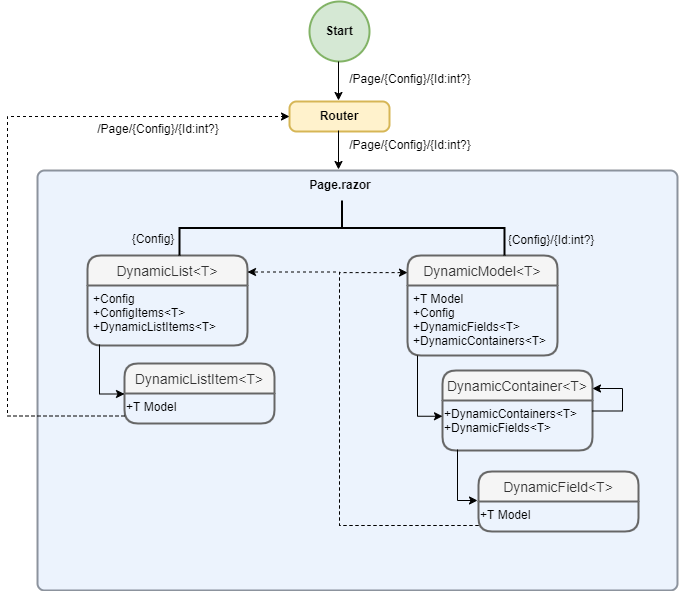
grantcolley/headway keeps this draw.io diagram as readme-images/PageRenderHierarchy.drawio.png. Above is the earlier version. Source tidied: cells renumbered, new cells last; positions are measured from the earlier drawing's top-left corner, leaving out a move shared by most shapes.
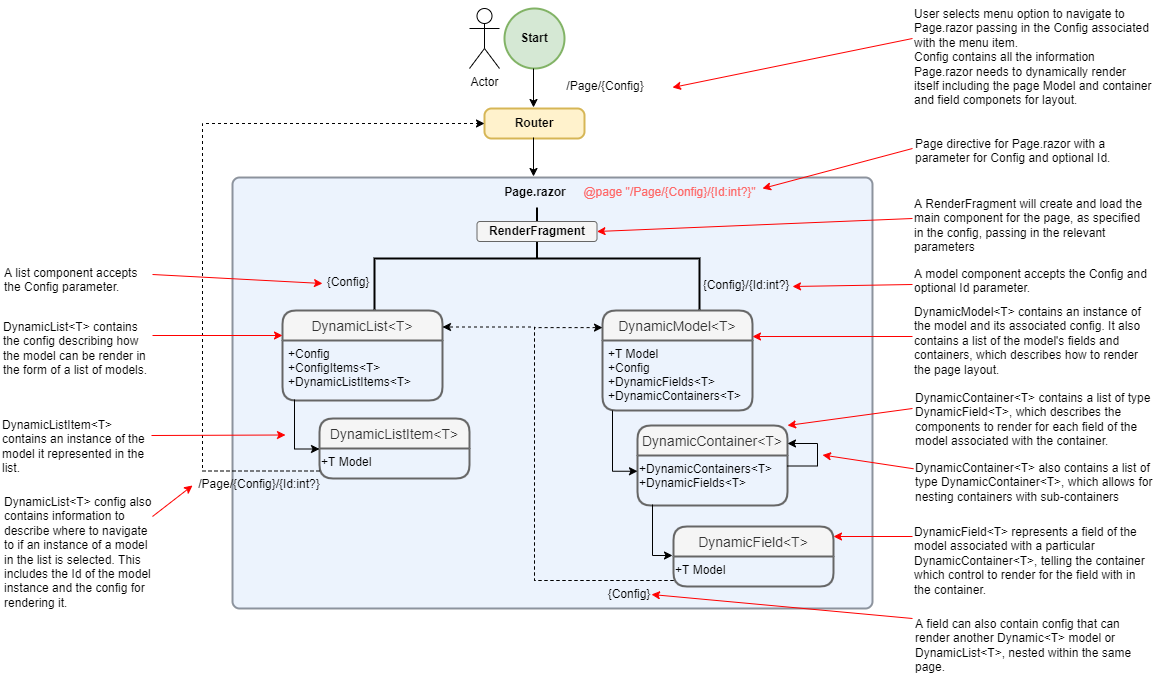
Above is the later version.

Diff of the diagram source:
```diff
@@ -9,28 +9,28 @@
       <mxGeometry x="282" y="100" width="100" height="30" as="geometry" />
     </mxCell>
     <mxCell id="4" style="rounded=1;whiteSpace=wrap;html=1;absoluteArcSize=1;arcSize=14;strokeWidth=2;fillColor=#dae8fc;strokeColor=#232E3D;align=center;opacity=50;" parent="1" vertex="1">
-      <mxGeometry x="30" y="169" width="640" height="420" as="geometry" />
+      <mxGeometry x="30" y="169" width="640" height="431" as="geometry" />
     </mxCell>
     <mxCell id="5" value="DynamicListItem&lt;T&gt;" style="swimlane;horizontal=1;startSize=30;rounded=1;fontSize=14;fontStyle=0;strokeWidth=2;shadow=0;dashed=0;align=center;fillColor=#f5f5f5;fontColor=#333333;strokeColor=#666666;" parent="1" vertex="1">
-      <mxGeometry x="117" y="362" width="150" height="60" as="geometry" />
+      <mxGeometry x="117" y="410" width="150" height="60" as="geometry" />
     </mxCell>
     <mxCell id="6" value="&lt;span&gt;+T Model&lt;/span&gt;" style="text;whiteSpace=wrap;html=1;" parent="5" vertex="1">
       <mxGeometry y="30" width="150" height="30" as="geometry" />
     </mxCell>
     <mxCell id="7" value="DynamicList&lt;T&gt;" style="swimlane;horizontal=1;startSize=30;rounded=1;fontSize=14;fontStyle=0;strokeWidth=2;shadow=0;dashed=0;align=center;fillColor=#f5f5f5;fontColor=#333333;strokeColor=#666666;" parent="1" vertex="1">
-      <mxGeometry x="80" y="254" width="160" height="90" as="geometry" />
+      <mxGeometry x="80" y="302" width="160" height="90" as="geometry" />
     </mxCell>
     <mxCell id="8" value="+Config&#10;+ConfigItems&lt;T&gt;&#10;+DynamicListItems&lt;T&gt;" style="align=left;strokeColor=none;fillColor=none;spacingLeft=4;fontSize=12;verticalAlign=top;" parent="7" vertex="1">
       <mxGeometry y="30" width="160" height="60" as="geometry" />
     </mxCell>
     <mxCell id="9" value="DynamicModel&lt;T&gt;" style="swimlane;horizontal=1;startSize=30;rounded=1;fontSize=14;fontStyle=0;strokeWidth=2;shadow=0;dashed=0;align=center;fillColor=#f5f5f5;fontColor=#333333;strokeColor=#666666;" parent="1" vertex="1">
-      <mxGeometry x="400" y="254" width="150" height="100" as="geometry" />
+      <mxGeometry x="400" y="302" width="150" height="100" as="geometry" />
     </mxCell>
     <mxCell id="10" value="+T Model&#10;+Config&#10;+DynamicFields&lt;T&gt;&#10;+DynamicContainers&lt;T&gt;" style="text;strokeColor=none;fillColor=none;spacingLeft=4;spacingRight=4;overflow=hidden;fontSize=12;" parent="9" vertex="1">
       <mxGeometry y="30" width="150" height="70" as="geometry" />
     </mxCell>
     <mxCell id="11" value="DynamicContainer&lt;T&gt;" style="swimlane;horizontal=1;startSize=30;rounded=1;fontSize=14;fontStyle=0;strokeWidth=2;shadow=0;dashed=0;align=center;fillColor=#f5f5f5;fontColor=#333333;strokeColor=#666666;" parent="1" vertex="1">
-      <mxGeometry x="435" y="369" width="150" height="80" as="geometry" />
+      <mxGeometry x="435" y="417" width="150" height="80" as="geometry" />
     </mxCell>
     <mxCell id="12" value="&lt;span&gt;+DynamicContainers&amp;lt;T&amp;gt;&lt;br&gt;&lt;/span&gt;+DynamicFields&amp;lt;T&amp;gt;&lt;span&gt;&lt;br&gt;&lt;/span&gt;" style="text;whiteSpace=wrap;html=1;" parent="11" vertex="1">
       <mxGeometry y="30" width="150" height="50" as="geometry" />
@@ -45,7 +45,7 @@
       </mxGeometry>
     </mxCell>
     <mxCell id="14" value="DynamicField&lt;T&gt;" style="swimlane;horizontal=1;startSize=30;rounded=1;fontSize=14;fontStyle=0;strokeWidth=2;shadow=0;dashed=0;align=center;fillColor=#f5f5f5;fontColor=#333333;strokeColor=#666666;" parent="1" vertex="1">
-      <mxGeometry x="471" y="470" width="160" height="60" as="geometry" />
+      <mxGeometry x="471" y="518" width="160" height="60" as="geometry" />
     </mxCell>
     <mxCell id="15" value="&lt;span&gt;+T Model&lt;/span&gt;" style="text;whiteSpace=wrap;html=1;" parent="14" vertex="1">
       <mxGeometry y="30" width="160" height="30" as="geometry" />
@@ -54,41 +54,41 @@
       <mxGeometry x="296" y="170" width="74" height="30" as="geometry" />
     </mxCell>
     <mxCell id="17" style="strokeWidth=2;html=1;shape=mxgraph.flowchart.annotation_2;align=left;labelPosition=right;fillColor=#E6E6E6;rotation=90;" parent="1" vertex="1">
-      <mxGeometry x="307" y="64" width="55" height="325" as="geometry" />
+      <mxGeometry x="283.5" y="87.5" width="102" height="325" as="geometry" />
     </mxCell>
     <mxCell id="18" style="edgeStyle=elbowEdgeStyle;elbow=horizontal;endArrow=classic;html=1;rounded=0;" parent="1" edge="1">
       <mxGeometry relative="1" as="geometry">
-        <mxPoint x="92" y="343" as="sourcePoint" />
-        <mxPoint x="117" y="392.5" as="targetPoint" />
+        <mxPoint x="92" y="391" as="sourcePoint" />
+        <mxPoint x="117" y="440.5" as="targetPoint" />
         <Array as="points">
-          <mxPoint x="92" y="430" />
+          <mxPoint x="92" y="478" />
         </Array>
       </mxGeometry>
     </mxCell>
     <mxCell id="19" style="edgeStyle=elbowEdgeStyle;elbow=horizontal;endArrow=classic;html=1;rounded=0;" parent="1" edge="1">
       <mxGeometry relative="1" as="geometry">
-        <mxPoint x="410" y="354" as="sourcePoint" />
-        <mxPoint x="435" y="414.8" as="targetPoint" />
+        <mxPoint x="410" y="402" as="sourcePoint" />
+        <mxPoint x="435" y="462.8" as="targetPoint" />
         <Array as="points">
-          <mxPoint x="410" y="452.2" />
+          <mxPoint x="410" y="500.2" />
         </Array>
       </mxGeometry>
     </mxCell>
     <mxCell id="20" style="edgeStyle=elbowEdgeStyle;elbow=horizontal;endArrow=classic;html=1;rounded=0;" parent="1" edge="1">
       <mxGeometry relative="1" as="geometry">
-        <mxPoint x="450" y="448" as="sourcePoint" />
-        <mxPoint x="470" y="499" as="targetPoint" />
+        <mxPoint x="450" y="496" as="sourcePoint" />
+        <mxPoint x="470" y="547" as="targetPoint" />
         <Array as="points">
-          <mxPoint x="450" y="546.2" />
+          <mxPoint x="450" y="594.2" />
         </Array>
       </mxGeometry>
     </mxCell>
     <mxCell id="21" style="edgeStyle=elbowEdgeStyle;elbow=horizontal;endArrow=classic;html=1;rounded=0;entryX=1;entryY=0.25;entryDx=0;entryDy=0;exitX=0;exitY=1;exitDx=0;exitDy=0;fixDash=0;strokeOpacity=100;startFill=1;endFill=1;dashed=1;" parent="1" edge="1">
       <mxGeometry relative="1" as="geometry">
-        <mxPoint x="471" y="524" as="sourcePoint" />
-        <mxPoint x="240" y="270.5" as="targetPoint" />
+        <mxPoint x="471" y="572" as="sourcePoint" />
+        <mxPoint x="240" y="318.5" as="targetPoint" />
         <Array as="points">
-          <mxPoint x="332" y="390" />
+          <mxPoint x="332" y="438" />
         </Array>
       </mxGeometry>
     </mxCell>
@@ -112,26 +112,147 @@
     </mxCell>
     <mxCell id="25" style="edgeStyle=elbowEdgeStyle;elbow=horizontal;endArrow=classic;html=1;rounded=0;entryX=0;entryY=0.171;entryDx=0;entryDy=0;exitX=0;exitY=1;exitDx=0;exitDy=0;fixDash=0;strokeOpacity=100;startFill=1;endFill=1;dashed=1;entryPerimeter=0;" parent="1" edge="1" target="9">
       <mxGeometry relative="1" as="geometry">
-        <mxPoint x="471" y="524" as="sourcePoint" />
+        <mxPoint x="471" y="572" as="sourcePoint" />
         <Array as="points">
-          <mxPoint x="332" y="400" />
+          <mxPoint x="332" y="448" />
         </Array>
       </mxGeometry>
     </mxCell>
-    <mxCell id="26" value="/Page/{Config}/{Id:int?}" style="text;strokeColor=none;fillColor=none;spacingLeft=4;spacingRight=4;overflow=hidden;fontSize=12;align=center;opacity=50;" parent="1" vertex="1">
+    <mxCell id="26" value="/Page/{Config}" style="text;strokeColor=none;fillColor=none;spacingLeft=4;spacingRight=4;overflow=hidden;fontSize=12;align=center;opacity=50;" parent="1" vertex="1">
       <mxGeometry x="336" y="64" width="134" height="30" as="geometry" />
     </mxCell>
     <mxCell id="27" value="/Page/{Config}/{Id:int?}" style="text;strokeColor=none;fillColor=none;spacingLeft=4;spacingRight=4;overflow=hidden;fontSize=12;align=center;opacity=50;direction=east;rotation=0;" parent="1" vertex="1">
-      <mxGeometry x="84" y="114" width="134" height="30" as="geometry" />
+      <mxGeometry x="-10" y="462" width="134" height="30" as="geometry" />
     </mxCell>
     <mxCell id="28" value="{Config}" style="text;strokeColor=none;fillColor=none;spacingLeft=4;spacingRight=4;overflow=hidden;points=[[0,0.5],[1,0.5]];portConstraint=eastwest;fontSize=12;align=center;opacity=50;" parent="1" vertex="1">
-      <mxGeometry x="120" y="224" width="52" height="30" as="geometry" />
+      <mxGeometry x="120" y="260" width="52" height="30" as="geometry" />
     </mxCell>
     <mxCell id="29" value="{Config}/{Id:int?}" style="text;strokeColor=none;fillColor=none;spacingLeft=4;spacingRight=4;overflow=hidden;fontSize=12;align=center;opacity=50;" parent="1" vertex="1">
-      <mxGeometry x="497" y="225" width="94" height="30" as="geometry" />
+      <mxGeometry x="497" y="263" width="94" height="30" as="geometry" />
     </mxCell>
-    <mxCell id="30" value="/Page/{Config}/{Id:int?}" style="text;strokeColor=none;fillColor=none;spacingLeft=4;spacingRight=4;overflow=hidden;fontSize=12;align=center;opacity=50;" parent="1" vertex="1">
-      <mxGeometry x="336" y="130" width="134" height="30" as="geometry" />
+    <mxCell id="30" value="@page &quot;/Page/{Config}/{Id:int?}&quot;" style="text;strokeColor=none;fillColor=none;spacingLeft=4;spacingRight=4;overflow=hidden;fontSize=12;align=center;opacity=50;fontColor=#FF6666;" parent="1" vertex="1">
+      <mxGeometry x="375" y="170" width="185" height="30" as="geometry" />
     </mxCell>
+    <mxCell id="31" value="Actor" style="shape=umlActor;verticalLabelPosition=bottom;verticalAlign=top;html=1;" parent="1" vertex="1">
+      <mxGeometry x="267" width="30" height="60" as="geometry" />
+    </mxCell>
+    <mxCell id="32" style="endArrow=classic;html=1;rounded=0;entryX=1;entryY=0.5;entryDx=0;entryDy=0;fillColor=#f8cecc;strokeColor=#FF0000;" parent="1" edge="1">
+      <mxGeometry relative="1" as="geometry">
+        <mxPoint x="710" y="30" as="sourcePoint" />
+        <mxPoint x="470" y="79" as="targetPoint" />
+      </mxGeometry>
+    </mxCell>
+    <mxCell id="33" style="endArrow=classic;html=1;rounded=0;strokeColor=#FF0000;exitX=0;exitY=0.5;exitDx=0;exitDy=0;" parent="1" edge="1" source="47">
+      <mxGeometry relative="1" as="geometry">
+        <mxPoint x="590" y="278" as="targetPoint" />
+      </mxGeometry>
+    </mxCell>
+    <mxCell id="34" style="endArrow=classic;html=1;rounded=0;strokeColor=#FF0000;entryX=0.989;entryY=0.167;entryDx=0;entryDy=0;entryPerimeter=0;" parent="1" edge="1">
+      <mxGeometry relative="1" as="geometry">
+        <mxPoint x="710" y="328" as="sourcePoint" />
+        <mxPoint x="550" y="328" as="targetPoint" />
+      </mxGeometry>
+    </mxCell>
+    <mxCell id="35" style="endArrow=classic;html=1;rounded=0;strokeColor=#FF0000;entryX=1;entryY=0;entryDx=0;entryDy=0;" parent="1" edge="1" target="11">
+      <mxGeometry relative="1" as="geometry">
+        <mxPoint x="710" y="400" as="sourcePoint" />
+      </mxGeometry>
+    </mxCell>
+    <mxCell id="36" style="endArrow=classic;html=1;rounded=0;strokeColor=#FF0000;entryX=1;entryY=0;entryDx=0;entryDy=0;exitX=0;exitY=0.25;exitDx=0;exitDy=0;" parent="1" edge="1" source="53">
+      <mxGeometry relative="1" as="geometry">
+        <mxPoint x="620" y="446.5" as="targetPoint" />
+      </mxGeometry>
+    </mxCell>
+    <mxCell id="37" style="endArrow=classic;html=1;rounded=0;strokeColor=#FF0000;" parent="1" edge="1">
+      <mxGeometry relative="1" as="geometry">
+        <mxPoint x="710" y="528" as="sourcePoint" />
+        <mxPoint x="631" y="528" as="targetPoint" />
+      </mxGeometry>
+    </mxCell>
+    <mxCell id="38" style="endArrow=classic;html=1;rounded=0;strokeColor=#FF0000;" parent="1" edge="1">
+      <mxGeometry relative="1" as="geometry">
+        <mxPoint x="710" y="610" as="sourcePoint" />
+        <mxPoint x="449" y="586" as="targetPoint" />
+      </mxGeometry>
+    </mxCell>
+    <mxCell id="39" style="endArrow=classic;html=1;rounded=0;strokeColor=#FF0000;entryX=0;entryY=0.5;entryDx=0;entryDy=0;" parent="1" edge="1">
+      <mxGeometry relative="1" as="geometry">
+        <mxPoint x="-50" y="508" as="sourcePoint" />
+        <mxPoint x="-10" y="477" as="targetPoint" />
+      </mxGeometry>
+    </mxCell>
+    <mxCell id="40" style="endArrow=classic;html=1;rounded=0;strokeColor=#FF0000;entryX=0;entryY=0.5;entryDx=0;entryDy=0;" parent="1" edge="1" target="28">
+      <mxGeometry relative="1" as="geometry">
+        <mxPoint x="-50" y="266" as="sourcePoint" />
+      </mxGeometry>
+    </mxCell>
+    <mxCell id="41" style="endArrow=classic;html=1;rounded=0;strokeColor=#FF0000;entryX=0;entryY=0.5;entryDx=0;entryDy=0;" parent="1" edge="1">
+      <mxGeometry relative="1" as="geometry">
+        <mxPoint x="-50" y="327" as="sourcePoint" />
+        <mxPoint x="80" y="327" as="targetPoint" />
+      </mxGeometry>
+    </mxCell>
+    <mxCell id="42" style="endArrow=classic;html=1;rounded=0;strokeColor=#FF0000;entryX=0;entryY=0.5;entryDx=0;entryDy=0;" parent="1" edge="1">
+      <mxGeometry relative="1" as="geometry">
+        <mxPoint x="-51" y="427" as="sourcePoint" />
+        <mxPoint x="83" y="426.5" as="targetPoint" />
+      </mxGeometry>
+    </mxCell>
+    <mxCell id="43" value="{Config}" style="text;strokeColor=none;fillColor=none;spacingLeft=4;spacingRight=4;overflow=hidden;fontSize=12;align=center;opacity=50;" parent="1" vertex="1">
+      <mxGeometry x="380" y="572" width="94" height="30" as="geometry" />
+    </mxCell>
+    <mxCell id="44" value="User selects menu option to navigate to Page.razor passing in the Config associated with the menu item.&lt;br&gt;Config contains all the information Page.razor needs to dynamically render itself including the page Model and container and field componets for layout." style="text;html=1;strokeColor=none;fillColor=none;align=left;verticalAlign=top;whiteSpace=wrap;rounded=0;" parent="1" vertex="1">
+      <mxGeometry x="710" y="-8" width="240" height="115" as="geometry" />
+    </mxCell>
+    <mxCell id="45" style="endArrow=classic;html=1;rounded=0;strokeColor=#FF0000;entryX=0.989;entryY=0.167;entryDx=0;entryDy=0;entryPerimeter=0;" parent="1" edge="1">
+      <mxGeometry relative="1" as="geometry">
+        <mxPoint x="710" y="140" as="sourcePoint" />
+        <mxPoint x="560" y="180" as="targetPoint" />
+      </mxGeometry>
+    </mxCell>
+    <mxCell id="46" value="Page directive for Page.razor with a parameter for Config and optional Id." style="text;html=1;strokeColor=none;fillColor=none;align=left;verticalAlign=top;whiteSpace=wrap;rounded=0;" parent="1" vertex="1">
+      <mxGeometry x="711" y="122" width="240" height="48" as="geometry" />
+    </mxCell>
+    <mxCell id="47" value="A model component accepts the Config and optional Id parameter." style="text;html=1;strokeColor=none;fillColor=none;align=left;verticalAlign=top;whiteSpace=wrap;rounded=0;" parent="1" vertex="1">
+      <mxGeometry x="710" y="252" width="240" height="48" as="geometry" />
+    </mxCell>
+    <mxCell id="48" value="&lt;font color=&quot;#000000&quot;&gt;RenderFragment&lt;/font&gt;" style="rounded=1;whiteSpace=wrap;html=1;fontColor=#333333;fillColor=#f5f5f5;strokeColor=#666666;fontStyle=1;" parent="1" vertex="1">
+      <mxGeometry x="274.5" y="213" width="120" height="20" as="geometry" />
+    </mxCell>
+    <mxCell id="49" style="endArrow=classic;html=1;rounded=0;strokeColor=#FF0000;entryX=1;entryY=0.5;entryDx=0;entryDy=0;" parent="1" edge="1" target="48">
+      <mxGeometry relative="1" as="geometry">
+        <mxPoint x="710" y="210" as="sourcePoint" />
+      </mxGeometry>
+    </mxCell>
+    <mxCell id="50" value="A RenderFragment will create and load the main component for the page, as specified in the config, passing in the relevant parameters" style="text;html=1;strokeColor=none;fillColor=none;align=left;verticalAlign=top;whiteSpace=wrap;rounded=0;" parent="1" vertex="1">
+      <mxGeometry x="710" y="182" width="240" height="48" as="geometry" />
+    </mxCell>
+    <mxCell id="51" value="DynamicModel&amp;lt;T&amp;gt; contains an instance of the model and its associated config. It also contains a list of the model's fields and containers, which describes how to render the page layout.&amp;nbsp;" style="text;html=1;strokeColor=none;fillColor=none;align=left;verticalAlign=top;whiteSpace=wrap;rounded=0;" parent="1" vertex="1">
+      <mxGeometry x="710" y="290" width="240" height="90" as="geometry" />
+    </mxCell>
+    <mxCell id="52" value="DynamicContainer&amp;lt;T&amp;gt; contains a list of type DynamicField&amp;lt;T&amp;gt;, which describes the components to render for each field of the model associated with the container." style="text;html=1;strokeColor=none;fillColor=none;align=left;verticalAlign=top;whiteSpace=wrap;rounded=0;" parent="1" vertex="1">
+      <mxGeometry x="711" y="376" width="240" height="64" as="geometry" />
+    </mxCell>
+    <mxCell id="53" value="DynamicContainer&amp;lt;T&amp;gt; also contains a list of type DynamicContainer&amp;lt;T&amp;gt;, which allows for nesting containers with sub-containers" style="text;html=1;strokeColor=none;fillColor=none;align=left;verticalAlign=top;whiteSpace=wrap;rounded=0;" parent="1" vertex="1">
+      <mxGeometry x="711" y="446" width="240" height="57" as="geometry" />
+    </mxCell>
+    <mxCell id="54" value="DynamicField&amp;lt;T&amp;gt; represents a field of the model associated with a particular DynamicContainer&amp;lt;T&amp;gt;, telling the container which control to render for the field with in the container.&amp;nbsp;" style="text;html=1;strokeColor=none;fillColor=none;align=left;verticalAlign=top;whiteSpace=wrap;rounded=0;" parent="1" vertex="1">
+      <mxGeometry x="710" y="510" width="240" height="80" as="geometry" />
+    </mxCell>
+    <mxCell id="55" value="A field can also contain config that can render another Dynamic&amp;lt;T&amp;gt; model or DynamicList&amp;lt;T&amp;gt;, nested within the same page.&amp;nbsp;" style="text;html=1;strokeColor=none;fillColor=none;align=left;verticalAlign=top;whiteSpace=wrap;rounded=0;" parent="1" vertex="1">
+      <mxGeometry x="711" y="602" width="240" height="78" as="geometry" />
+    </mxCell>
+    <mxCell id="56" value="A list component accepts the Config parameter." style="text;html=1;strokeColor=none;fillColor=none;align=left;verticalAlign=top;whiteSpace=wrap;rounded=0;" parent="1" vertex="1">
+      <mxGeometry x="-200" y="251" width="150" height="48" as="geometry" />
+    </mxCell>
+    <mxCell id="57" value="DynamicList&amp;lt;T&amp;gt; contains the config describing how the model can be render in the form of a list of models.&amp;nbsp;" style="text;html=1;strokeColor=none;fillColor=none;align=left;verticalAlign=top;whiteSpace=wrap;rounded=0;" parent="1" vertex="1">
+      <mxGeometry x="-201" y="305" width="150" height="75" as="geometry" />
+    </mxCell>
+    <mxCell id="58" value="DynamicListItem&amp;lt;T&amp;gt; contains an instance of the model it represented in the list." style="text;html=1;strokeColor=none;fillColor=none;align=left;verticalAlign=top;whiteSpace=wrap;rounded=0;" parent="1" vertex="1">
+      <mxGeometry x="-202" y="402.5" width="150" height="67.5" as="geometry" />
+    </mxCell>
+    <mxCell id="59" value="DynamicList&amp;lt;T&amp;gt; config also contains information to describe where to navigate to if an instance of a model in the list is selected. This includes the Id of the model instance and the config for rendering it." style="text;html=1;strokeColor=none;fillColor=none;align=left;verticalAlign=top;whiteSpace=wrap;rounded=0;" parent="1" vertex="1">
+      <mxGeometry x="-200" y="480" width="150" height="130" as="geometry" />
+    </mxCell>
   </root>
 </mxGraphModel>
```
